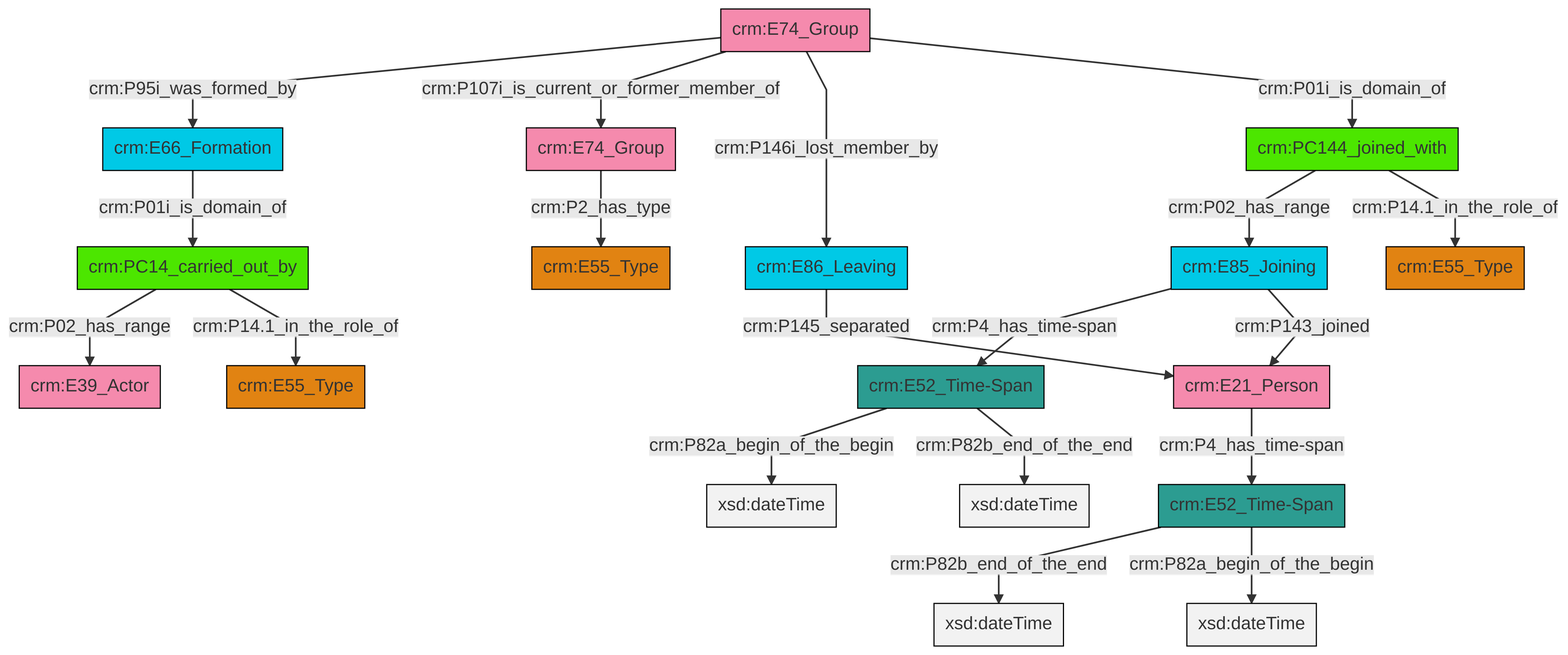
The Mermaid diagram et/groupCSV/ttl/mmd/png/group_actor_relations.png in swiss-art-research-net/docs.swissartresearch, before a commit. Its source is kept beside it as et/groupCSV/ttl/mmd/group_actor_relations.ttl.mmd.
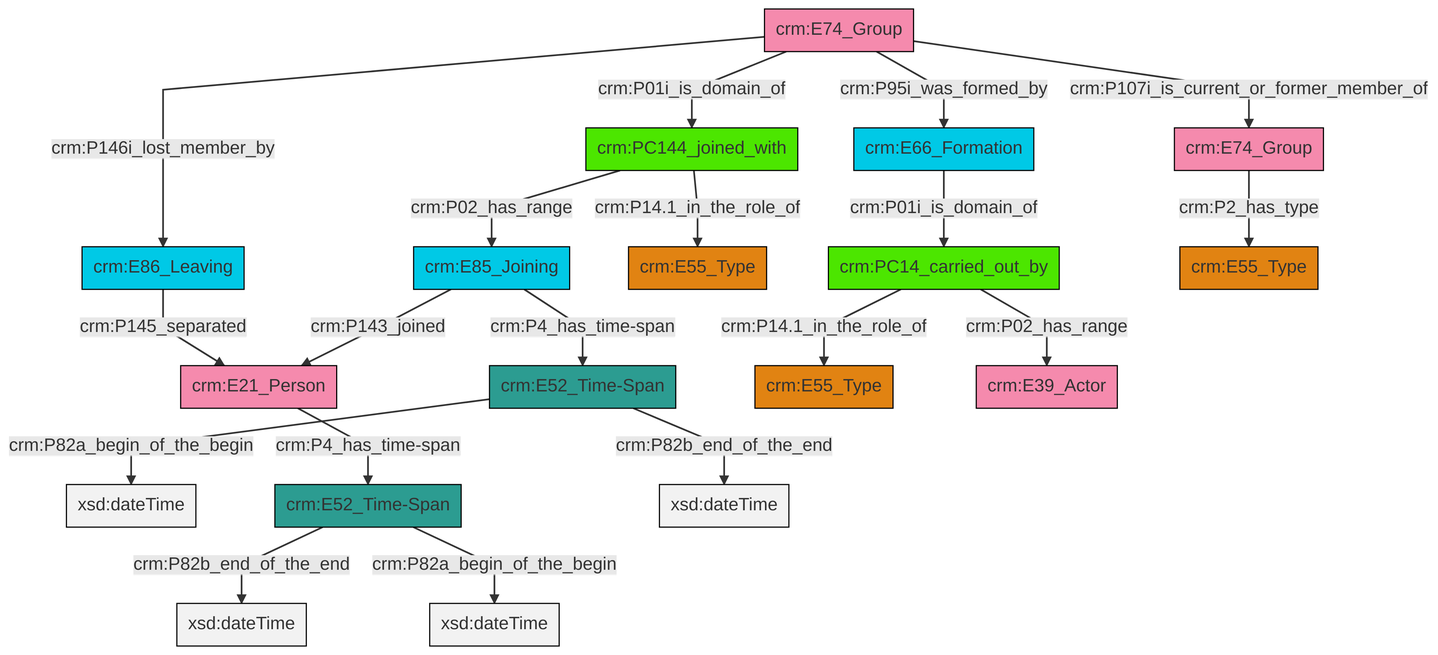
After the change.

What changed in the source:
```diff
@@ -13,21 +13,21 @@
 classDef PC_Classes fill:#4ce600, stroke:#000000;
 classDef Multi fill:#cccccc,stroke:#000000;
 
-2["crm:E66_Formation"]:::Temporal_Entity -->|crm:P01i_is_domain_of| 3["crm:PC14_carried_out_by"]:::PC_Classes
-6["crm:E52_Time-Span"]:::Time-Span -->|crm:P82a_begin_of_the_begin| 7[xsd:dateTime]:::Literal
-10["crm:E74_Group"]:::Actor -->|crm:P95i_was_formed_by| 2["crm:E66_Formation"]:::Temporal_Entity
-10["crm:E74_Group"]:::Actor -->|crm:P107i_is_current_or_former_member_of| 17["crm:E74_Group"]:::Actor
-8["crm:E85_Joining"]:::Temporal_Entity -->|crm:P4_has_time-span| 6["crm:E52_Time-Span"]:::Time-Span
-12["crm:PC144_joined_with"]:::PC_Classes -->|crm:P02_has_range| 8["crm:E85_Joining"]:::Temporal_Entity
-3["crm:PC14_carried_out_by"]:::PC_Classes -->|crm:P02_has_range| 20["crm:E39_Actor"]:::Actor
-17["crm:E74_Group"]:::Actor -->|crm:P2_has_type| 0["crm:E55_Type"]:::Type
-12["crm:PC144_joined_with"]:::PC_Classes -->|crm:P14.1_in_the_role_of| 21["crm:E55_Type"]:::Type
-18["crm:E86_Leaving"]:::Temporal_Entity -->|crm:P145_separated| 25["crm:E21_Person"]:::Actor
-8["crm:E85_Joining"]:::Temporal_Entity -->|crm:P143_joined| 25["crm:E21_Person"]:::Actor
-15["crm:E52_Time-Span"]:::Time-Span -->|crm:P82b_end_of_the_end| 29[xsd:dateTime]:::Literal
-10["crm:E74_Group"]:::Actor -->|crm:P146i_lost_member_by| 18["crm:E86_Leaving"]:::Temporal_Entity
-15["crm:E52_Time-Span"]:::Time-Span -->|crm:P82a_begin_of_the_begin| 31[xsd:dateTime]:::Literal
-25["crm:E21_Person"]:::Actor -->|crm:P4_has_time-span| 15["crm:E52_Time-Span"]:::Time-Span
-10["crm:E74_Group"]:::Actor -->|crm:P01i_is_domain_of| 12["crm:PC144_joined_with"]:::PC_Classes
-3["crm:PC14_carried_out_by"]:::PC_Classes -->|crm:P14.1_in_the_role_of| 4["crm:E55_Type"]:::Type
-6["crm:E52_Time-Span"]:::Time-Span -->|crm:P82b_end_of_the_end| 34[xsd:dateTime]:::Literal
+0["crm:E52_Time-Span"]:::Time-Span -->|crm:P82a_begin_of_the_begin| 1[xsd:dateTime]:::Literal
+6["crm:E74_Group"]:::Actor -->|crm:P146i_lost_member_by| 2["crm:E86_Leaving"]:::Temporal_Entity
+7["crm:E21_Person"]:::Actor -->|crm:P4_has_time-span| 8["crm:E52_Time-Span"]:::Time-Span
+4["crm:E66_Formation"]:::Temporal_Entity -->|crm:P01i_is_domain_of| 9["crm:PC14_carried_out_by"]:::PC_Classes
+14["crm:PC144_joined_with"]:::PC_Classes -->|crm:P14.1_in_the_role_of| 11["crm:E55_Type"]:::Type
+15["crm:E85_Joining"]:::Temporal_Entity -->|crm:P4_has_time-span| 0["crm:E52_Time-Span"]:::Time-Span
+15["crm:E85_Joining"]:::Temporal_Entity -->|crm:P143_joined| 7["crm:E21_Person"]:::Actor
+2["crm:E86_Leaving"]:::Temporal_Entity -->|crm:P145_separated| 7["crm:E21_Person"]:::Actor
+0["crm:E52_Time-Span"]:::Time-Span -->|crm:P82b_end_of_the_end| 19[xsd:dateTime]:::Literal
+6["crm:E74_Group"]:::Actor -->|crm:P95i_was_formed_by| 4["crm:E66_Formation"]:::Temporal_Entity
+8["crm:E52_Time-Span"]:::Time-Span -->|crm:P82b_end_of_the_end| 25[xsd:dateTime]:::Literal
+14["crm:PC144_joined_with"]:::PC_Classes -->|crm:P02_has_range| 15["crm:E85_Joining"]:::Temporal_Entity
+9["crm:PC14_carried_out_by"]:::PC_Classes -->|crm:P02_has_range| 26["crm:E39_Actor"]:::Actor
+6["crm:E74_Group"]:::Actor -->|crm:P107i_is_current_or_former_member_of| 16["crm:E74_Group"]:::Actor
+6["crm:E74_Group"]:::Actor -->|crm:P01i_is_domain_of| 14["crm:PC144_joined_with"]:::PC_Classes
+16["crm:E74_Group"]:::Actor -->|crm:P2_has_type| 30["crm:E55_Type"]:::Type
+8["crm:E52_Time-Span"]:::Time-Span -->|crm:P82a_begin_of_the_begin| 34[xsd:dateTime]:::Literal
+9["crm:PC14_carried_out_by"]:::PC_Classes -->|crm:P14.1_in_the_role_of| 22["crm:E55_Type"]:::Type
```
